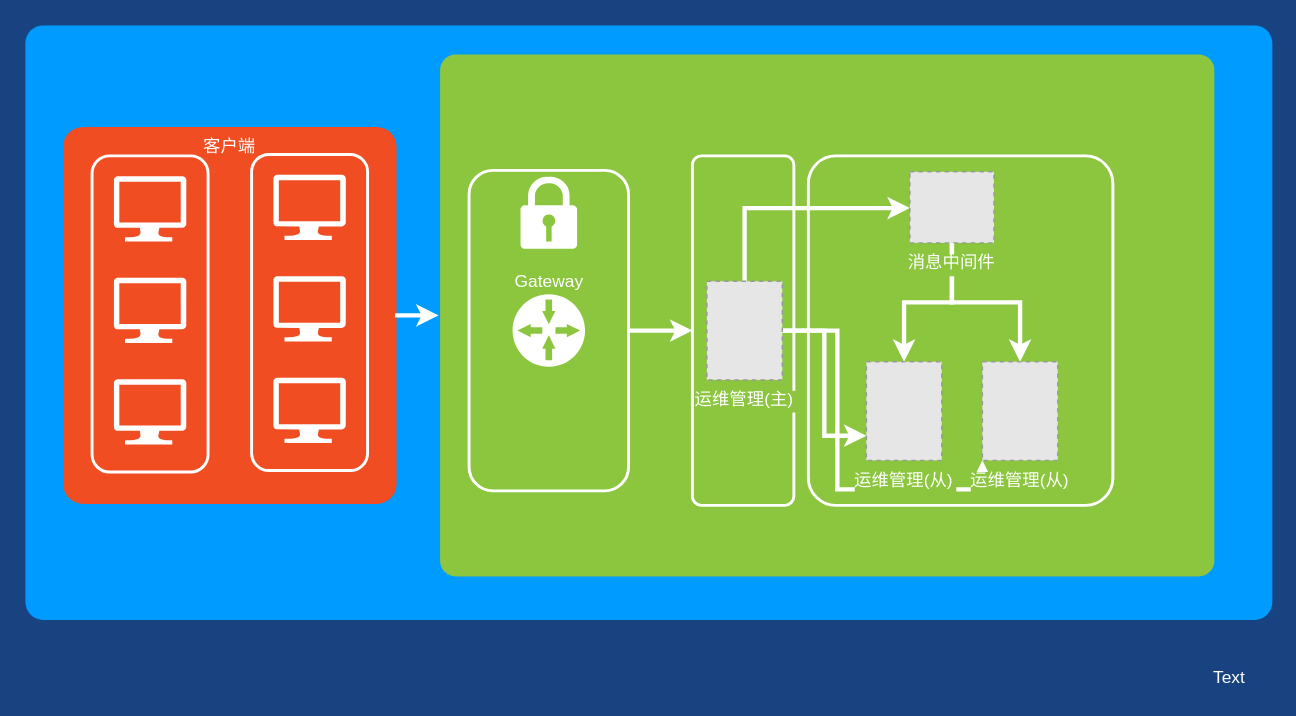
publisherfk/diagrams keeps this draw.io diagram as supfusion/运维管理集群部署.drawio. Above is the earlier version. Source tidied: cells renumbered, new cells numbered last; positions are measured from the earlier drawing's top-left corner, leaving out a move shared by most shapes. Both pictures are drawn from the tidied source at 145%, with x=0, y=0 at pixel (25, 25). Pictures stored in the file or linked from it are replaced by grey dashed boxes.
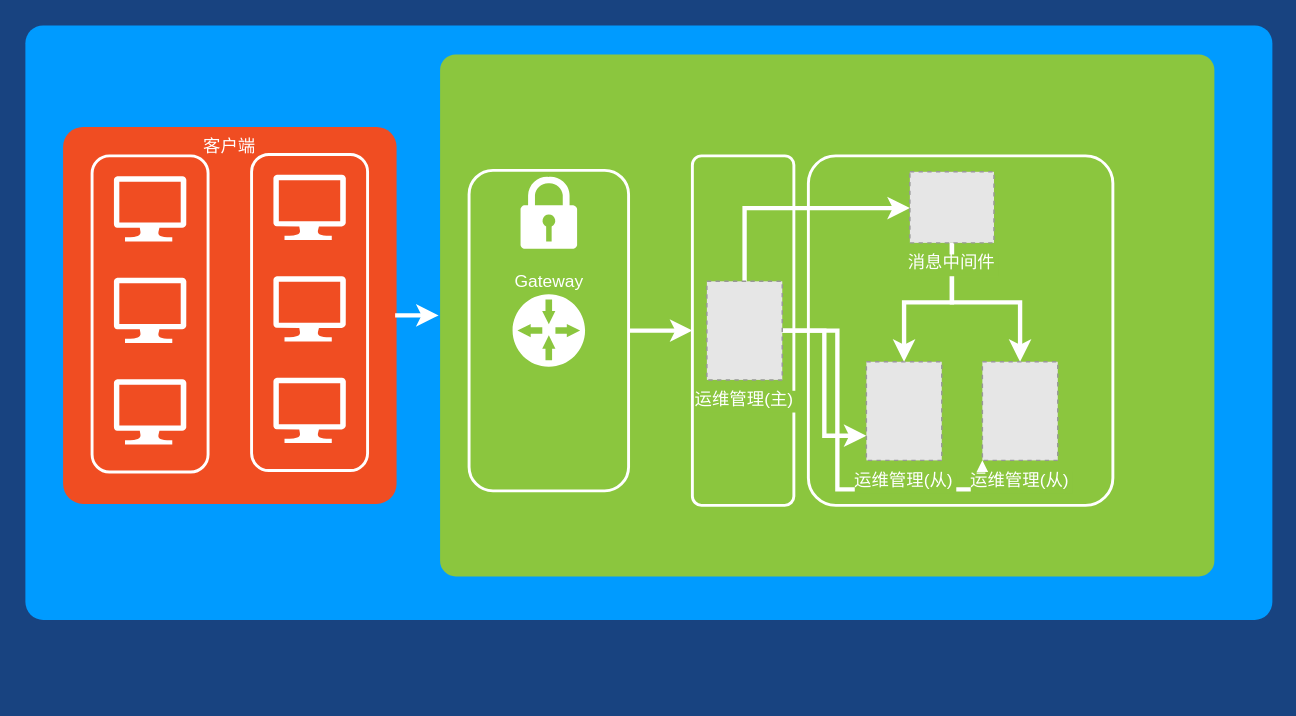
The same diagram, later.

Commit message:
Update 运维管理集群部署.drawio

The edit, as a diff of the source:
```diff
@@
-    <mxCell id="29" value="Text" style="text;html=1;align=center;verticalAlign=middle;fontColor=#FFFFFF;" parent="1" vertex="1">
-      <mxGeometry x="810" y="440" width="40" height="20" as="geometry" />
-    </mxCell>
```
